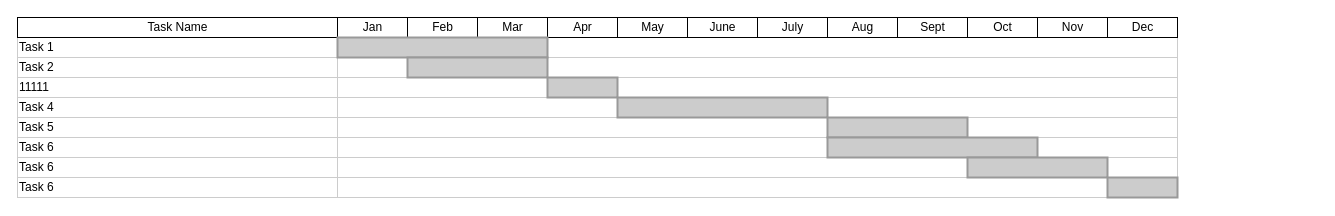
The draw.io diagram auto_modify_price.drawio in mrlonely001/gittest, before the edit. Source tidied: cells renumbered, new cells numbered last; positions are measured from the earlier drawing's top-left corner, leaving out a move shared by most shapes. Both pictures are drawn from the tidied source at 100%, with x=0, y=0 at pixel (17, 17).
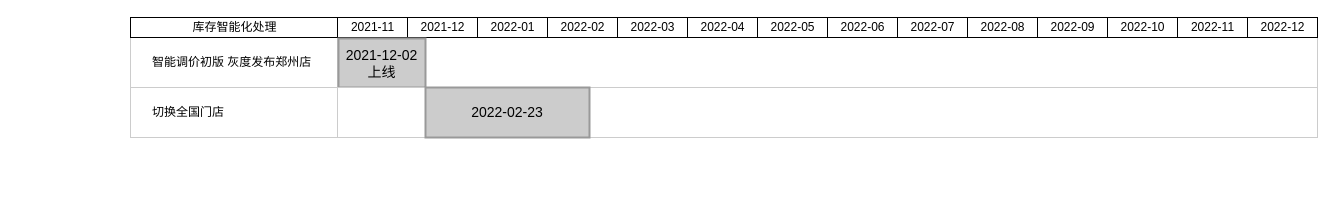
The same page after the edit.

Change to the diagram source:
```diff
@@
-    <mxCell id="2" value="Task 1" style="align=left;strokeColor=#CCCCCC;html=1;" parent="1" vertex="1">
-      <mxGeometry y="20" width="320" height="20" as="geometry" />
+    <mxCell id="2" value="&amp;nbsp; &amp;nbsp; &amp;nbsp; 智能调价初版 灰度发布郑州店" style="align=left;strokeColor=#CCCCCC;html=1;" parent="1" vertex="1">
+      <mxGeometry x="113" y="20" width="207" height="50" as="geometry" />
     </mxCell>
-    <mxCell id="3" value="Task 2" style="align=left;strokeColor=#CCCCCC;html=1;" parent="1" vertex="1">
-      <mxGeometry y="40" width="320" height="20" as="geometry" />
-    </mxCell>
-    <mxCell id="4" value="11111" style="align=left;strokeColor=#CCCCCC;html=1;" parent="1" vertex="1">
-      <mxGeometry y="60" width="320" height="20" as="geometry" />
-    </mxCell>
-    <mxCell id="5" value="Task 4" style="align=left;strokeColor=#CCCCCC;html=1;" parent="1" vertex="1">
-      <mxGeometry y="80" width="320" height="20" as="geometry" />
-    </mxCell>
-    <mxCell id="6" value="Task 5" style="align=left;strokeColor=#CCCCCC;html=1;" parent="1" vertex="1">
-      <mxGeometry y="100" width="320" height="20" as="geometry" />
-    </mxCell>
-    <mxCell id="7" value="Task 6" style="align=left;strokeColor=#CCCCCC;html=1;" parent="1" vertex="1">
-      <mxGeometry y="120" width="320" height="20" as="geometry" />
-    </mxCell>
-    <mxCell id="8" value="Task Name" style="strokeWidth=1;fontStyle=0;html=1;" parent="1" vertex="1">
-      <mxGeometry width="320" height="20" as="geometry" />
+    <mxCell id="8" value="库存智能化处理" style="strokeWidth=1;fontStyle=0;html=1;" parent="1" vertex="1">
+      <mxGeometry x="113" width="207" height="20" as="geometry" />
     </mxCell>
-    <mxCell id="9" value="Task 6" style="align=left;strokeColor=#CCCCCC;html=1;" parent="1" vertex="1">
-      <mxGeometry y="140" width="320" height="20" as="geometry" />
-    </mxCell>
-    <mxCell id="10" value="Task 6" style="align=left;strokeColor=#CCCCCC;html=1;" parent="1" vertex="1">
-      <mxGeometry y="160" width="320" height="20" as="geometry" />
-    </mxCell>
     <mxCell id="11" style="align=left;strokeColor=#CCCCCC;html=1;" parent="1" vertex="1">
-      <mxGeometry x="320" y="20" width="840" height="20" as="geometry" />
+      <mxGeometry x="320" y="20" width="980" height="50" as="geometry" />
     </mxCell>
-    <mxCell id="12" value="Jan" style="strokeWidth=1;fontStyle=0;html=1;" parent="1" vertex="1">
+    <mxCell id="12" value="2021-11" style="strokeWidth=1;fontStyle=0;html=1;" parent="1" vertex="1">
       <mxGeometry x="320" width="70" height="20" as="geometry" />
     </mxCell>
-    <mxCell id="13" value="Feb" style="strokeWidth=1;fontStyle=0;html=1;" parent="1" vertex="1">
+    <mxCell id="13" value="2021-12" style="strokeWidth=1;fontStyle=0;html=1;" parent="1" vertex="1">
       <mxGeometry x="390" width="70" height="20" as="geometry" />
     </mxCell>
-    <mxCell id="14" value="Mar" style="strokeWidth=1;fontStyle=0;html=1;" parent="1" vertex="1">
+    <mxCell id="14" value="2022-01" style="strokeWidth=1;fontStyle=0;html=1;" parent="1" vertex="1">
       <mxGeometry x="460" width="70" height="20" as="geometry" />
     </mxCell>
-    <mxCell id="15" value="Apr" style="strokeWidth=1;fontStyle=0;html=1;" parent="1" vertex="1">
+    <mxCell id="15" value="2022-02" style="strokeWidth=1;fontStyle=0;html=1;" parent="1" vertex="1">
       <mxGeometry x="530" width="70" height="20" as="geometry" />
     </mxCell>
-    <mxCell id="16" value="May" style="strokeWidth=1;fontStyle=0;html=1;" parent="1" vertex="1">
+    <mxCell id="16" value="2022-03" style="strokeWidth=1;fontStyle=0;html=1;" parent="1" vertex="1">
       <mxGeometry x="600" width="70" height="20" as="geometry" />
     </mxCell>
-    <mxCell id="17" value="June" style="strokeWidth=1;fontStyle=0;html=1;" parent="1" vertex="1">
+    <mxCell id="17" value="2022-04" style="strokeWidth=1;fontStyle=0;html=1;" parent="1" vertex="1">
       <mxGeometry x="670" width="70" height="20" as="geometry" />
     </mxCell>
-    <mxCell id="18" value="July" style="strokeWidth=1;fontStyle=0;html=1;" parent="1" vertex="1">
+    <mxCell id="18" value="2022-05" style="strokeWidth=1;fontStyle=0;html=1;" parent="1" vertex="1">
       <mxGeometry x="740" width="70" height="20" as="geometry" />
     </mxCell>
-    <mxCell id="19" value="Aug" style="strokeWidth=1;fontStyle=0;html=1;" parent="1" vertex="1">
+    <mxCell id="19" value="2022-06" style="strokeWidth=1;fontStyle=0;html=1;" parent="1" vertex="1">
       <mxGeometry x="810" width="70" height="20" as="geometry" />
     </mxCell>
-    <mxCell id="20" value="Sept" style="strokeWidth=1;fontStyle=0;html=1;" parent="1" vertex="1">
+    <mxCell id="20" value="2022-07" style="strokeWidth=1;fontStyle=0;html=1;" parent="1" vertex="1">
       <mxGeometry x="880" width="70" height="20" as="geometry" />
     </mxCell>
-    <mxCell id="21" value="Oct" style="strokeWidth=1;fontStyle=0;html=1;" parent="1" vertex="1">
+    <mxCell id="21" value="2022-08" style="strokeWidth=1;fontStyle=0;html=1;" parent="1" vertex="1">
       <mxGeometry x="950" width="70" height="20" as="geometry" />
     </mxCell>
-    <mxCell id="22" value="Nov" style="strokeWidth=1;fontStyle=0;html=1;" parent="1" vertex="1">
+    <mxCell id="22" value="2022-09" style="strokeWidth=1;fontStyle=0;html=1;" parent="1" vertex="1">
       <mxGeometry x="1020" width="70" height="20" as="geometry" />
     </mxCell>
-    <mxCell id="23" value="Dec" style="strokeWidth=1;fontStyle=0;html=1;" parent="1" vertex="1">
+    <mxCell id="23" value="2022-10" style="strokeWidth=1;fontStyle=0;html=1;" parent="1" vertex="1">
       <mxGeometry x="1090" width="70" height="20" as="geometry" />
     </mxCell>
-    <mxCell id="24" style="align=left;strokeColor=#CCCCCC;html=1;" parent="1" vertex="1">
-      <mxGeometry x="320" y="40" width="840" height="20" as="geometry" />
-    </mxCell>
-    <mxCell id="25" style="align=left;strokeColor=#CCCCCC;html=1;" parent="1" vertex="1">
-      <mxGeometry x="320" y="60" width="840" height="20" as="geometry" />
-    </mxCell>
-    <mxCell id="26" style="align=left;strokeColor=#CCCCCC;html=1;" parent="1" vertex="1">
-      <mxGeometry x="320" y="80" width="840" height="20" as="geometry" />
-    </mxCell>
-    <mxCell id="27" style="align=left;strokeColor=#CCCCCC;html=1;" parent="1" vertex="1">
-      <mxGeometry x="320" y="100" width="840" height="20" as="geometry" />
-    </mxCell>
-    <mxCell id="28" style="align=left;strokeColor=#CCCCCC;html=1;" parent="1" vertex="1">
-      <mxGeometry x="320" y="120" width="840" height="20" as="geometry" />
-    </mxCell>
-    <mxCell id="29" style="align=left;strokeColor=#CCCCCC;html=1;" parent="1" vertex="1">
-      <mxGeometry x="320" y="140" width="840" height="20" as="geometry" />
-    </mxCell>
-    <mxCell id="30" style="align=left;strokeColor=#CCCCCC;html=1;" parent="1" vertex="1">
-      <mxGeometry x="320" y="160" width="840" height="20" as="geometry" />
-    </mxCell>
-    <mxCell id="31" style="whiteSpace=wrap;html=1;strokeWidth=2;fillColor=#CCCCCC;gradientColor=none;fontSize=14;align=center;strokeColor=#999999;" parent="1" vertex="1">
-      <mxGeometry x="320" y="20" width="210" height="20" as="geometry" />
+    <mxCell id="31" value="2021-12-02&lt;br&gt;上线" style="whiteSpace=wrap;html=1;strokeWidth=2;fillColor=#CCCCCC;gradientColor=none;fontSize=14;align=center;strokeColor=#999999;" parent="1" vertex="1">
+      <mxGeometry x="321" y="21" width="87" height="49" as="geometry" />
     </mxCell>
-    <mxCell id="32" style="whiteSpace=wrap;html=1;strokeWidth=2;fillColor=#CCCCCC;gradientColor=none;fontSize=14;align=center;strokeColor=#999999;" parent="1" vertex="1">
-      <mxGeometry x="390" y="40" width="140" height="20" as="geometry" />
-    </mxCell>
-    <mxCell id="33" style="whiteSpace=wrap;html=1;strokeWidth=2;fillColor=#CCCCCC;gradientColor=none;fontSize=14;align=center;strokeColor=#999999;" parent="1" vertex="1">
-      <mxGeometry x="530" y="60" width="70" height="20" as="geometry" />
-    </mxCell>
-    <mxCell id="34" style="whiteSpace=wrap;html=1;strokeWidth=2;fillColor=#CCCCCC;gradientColor=none;fontSize=14;align=center;strokeColor=#999999;" parent="1" vertex="1">
-      <mxGeometry x="600" y="80" width="210" height="20" as="geometry" />
-    </mxCell>
-    <mxCell id="35" style="whiteSpace=wrap;html=1;strokeWidth=2;fillColor=#CCCCCC;gradientColor=none;fontSize=14;align=center;strokeColor=#999999;" parent="1" vertex="1">
-      <mxGeometry x="810" y="100" width="140" height="20" as="geometry" />
-    </mxCell>
-    <mxCell id="36" style="whiteSpace=wrap;html=1;strokeWidth=2;fillColor=#CCCCCC;gradientColor=none;fontSize=14;align=center;strokeColor=#999999;" parent="1" vertex="1">
-      <mxGeometry x="810" y="120" width="210" height="20" as="geometry" />
-    </mxCell>
-    <mxCell id="37" style="whiteSpace=wrap;html=1;strokeWidth=2;fillColor=#CCCCCC;gradientColor=none;fontSize=14;align=center;strokeColor=#999999;" parent="1" vertex="1">
-      <mxGeometry x="950" y="140" width="140" height="20" as="geometry" />
-    </mxCell>
-    <mxCell id="38" style="whiteSpace=wrap;html=1;strokeWidth=2;fillColor=#CCCCCC;gradientColor=none;fontSize=14;align=center;strokeColor=#999999;" parent="1" vertex="1">
-      <mxGeometry x="1090" y="160" width="70" height="20" as="geometry" />
-    </mxCell>
+    <mxCell id="39" value="2022-11" style="strokeWidth=1;fontStyle=0;html=1;" parent="1" vertex="1">
+      <mxGeometry x="1160" width="70" height="20" as="geometry" />
+    </mxCell>
+    <mxCell id="40" value="2022-12" style="strokeWidth=1;fontStyle=0;html=1;" parent="1" vertex="1">
+      <mxGeometry x="1230" width="70" height="20" as="geometry" />
+    </mxCell>
+    <mxCell id="41" value="&amp;nbsp; &amp;nbsp; &amp;nbsp; 切换全国门店" style="align=left;strokeColor=#CCCCCC;html=1;" parent="1" vertex="1">
+      <mxGeometry x="113" y="70" width="207" height="50" as="geometry" />
+    </mxCell>
+    <mxCell id="42" style="align=left;strokeColor=#CCCCCC;html=1;" parent="1" vertex="1">
+      <mxGeometry x="320" y="70" width="980" height="50" as="geometry" />
+    </mxCell>
+    <mxCell id="43" value="2022-02-23" style="whiteSpace=wrap;html=1;strokeWidth=2;fillColor=#CCCCCC;gradientColor=none;fontSize=14;align=center;strokeColor=#999999;" parent="1" vertex="1">
+      <mxGeometry x="408" y="70" width="164" height="50" as="geometry" />
+    </mxCell>
```
